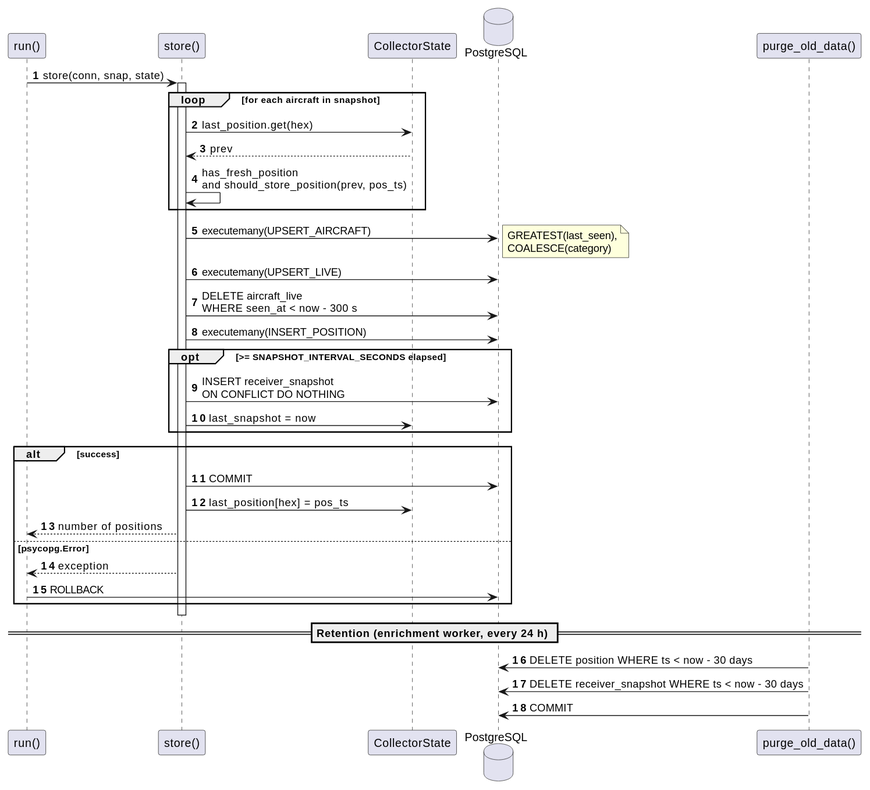
miguelsiilva1/SkyTracer keeps this PlantUML diagram as docs/system-documentation/use-cases/US02/svg/sd_us02.svg. Above is the earlier version.
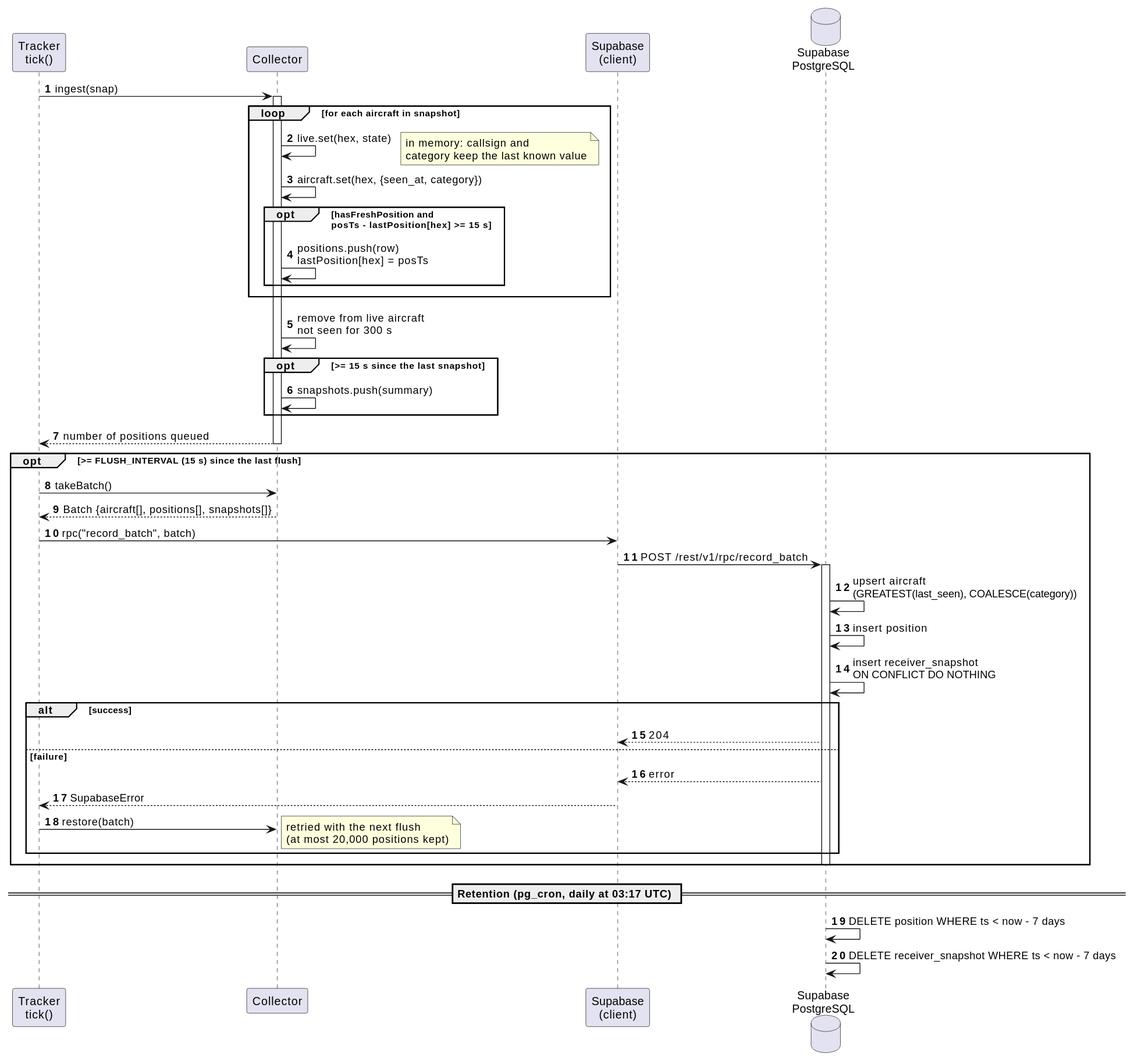
Above is the later version.

The edit, as a diff of the source:
```diff
@@ -1,42 +1,48 @@
 @startuml
 autonumber
-participant "run()" as Run
-participant "store()" as Store
-participant "CollectorState" as State
-database "PostgreSQL" as DB
+participant "Tracker\ntick()" as T
+participant "Collector" as C
+participant "Supabase\n(client)" as S
+database "Supabase\nPostgreSQL" as DB
 
-Run -> Store : store(conn, snap, state)
-activate Store
+T -> C : ingest(snap)
+activate C
 loop for each aircraft in snapshot
-  Store -> State : last_position.get(hex)
-  State --> Store : prev
-  Store -> Store : has_fresh_position\nand should_store_position(prev, pos_ts)
+  C -> C : live.set(hex, state)
+  note right: in memory: callsign and\ncategory keep the last known value
+  C -> C : aircraft.set(hex, {seen_at, category})
+  opt hasFreshPosition and\nposTs - lastPosition[hex] >= 15 s
+    C -> C : positions.push(row)\nlastPosition[hex] = posTs
+  end
+end
+C -> C : remove from live aircraft\nnot seen for 300 s
+opt >= 15 s since the last snapshot
+  C -> C : snapshots.push(summary)
+end
+C --> T : number of positions queued
+deactivate C
+
+opt >= FLUSH_INTERVAL (15 s) since the last flush
+  T -> C : takeBatch()
+  C --> T : Batch {aircraft[], positions[], snapshots[]}
+  T -> S : rpc("record_batch", batch)
+  S -> DB : POST /rest/v1/rpc/record_batch
+  activate DB
+  DB -> DB : upsert aircraft\n(GREATEST(last_seen), COALESCE(category))
+  DB -> DB : insert position
+  DB -> DB : insert receiver_snapshot\nON CONFLICT DO NOTHING
+  alt success
+    DB --> S : 204
+  else failure
+    DB --> S : error
+    S --> T : SupabaseError
+    T -> C : restore(batch)
+    note right: retried with the next flush\n(at most 20,000 positions kept)
+  end
+  deactivate DB
 end
 
-Store -> DB : executemany(UPSERT_AIRCRAFT)
-note right: GREATEST(last_seen),\nCOALESCE(category)
-Store -> DB : executemany(UPSERT_LIVE)
-Store -> DB : DELETE aircraft_live\nWHERE seen_at < now - 300 s
-Store -> DB : executemany(INSERT_POSITION)
-
-opt >= SNAPSHOT_INTERVAL_SECONDS elapsed
-  Store -> DB : INSERT receiver_snapshot\nON CONFLICT DO NOTHING
-  Store -> State : last_snapshot = now
-end
-
-alt success
-  Store -> DB : COMMIT
-  Store -> State : last_position[hex] = pos_ts
-  Store --> Run : number of positions
-else psycopg.Error
-  Store --> Run : exception
-  Run -> DB : ROLLBACK
-end
-deactivate Store
-
-== Retention (enrichment worker, every 24 h) ==
-participant "purge_old_data()" as Purge
-Purge -> DB : DELETE position WHERE ts < now - 30 days
-Purge -> DB : DELETE receiver_snapshot WHERE ts < now - 30 days
-Purge -> DB : COMMIT
+== Retention (pg_cron, daily at 03:17 UTC) ==
+DB -> DB : DELETE position WHERE ts < now - 7 days
+DB -> DB : DELETE receiver_snapshot WHERE ts < now - 7 days
 @enduml
```
